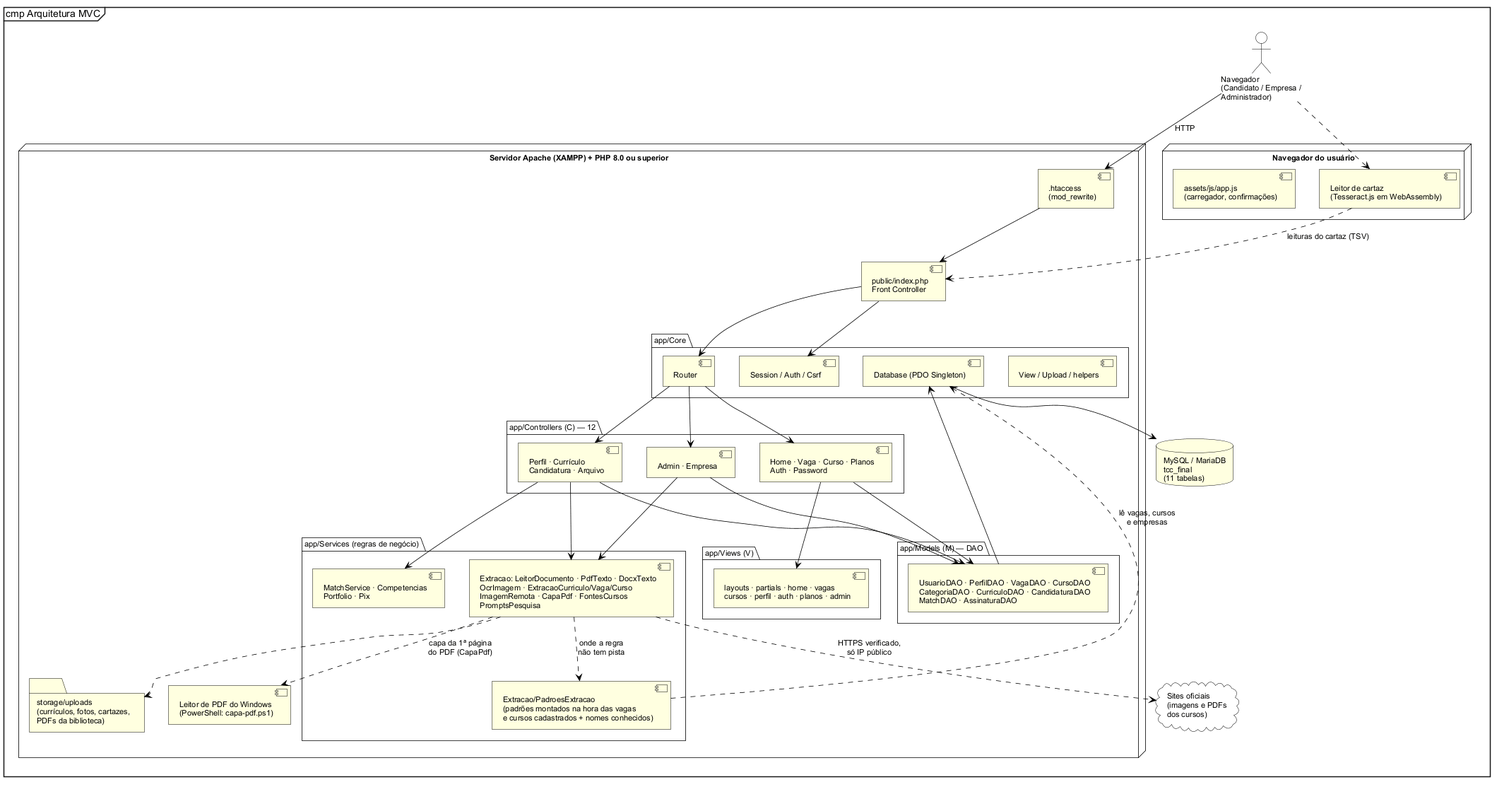
Above: docs/tcc/diagramas/arquitetura.png in leonardoabreu2026/tcc-final (PlantUML), before the change. Its source is kept beside it as docs/tcc/diagramas/arquitetura.puml.
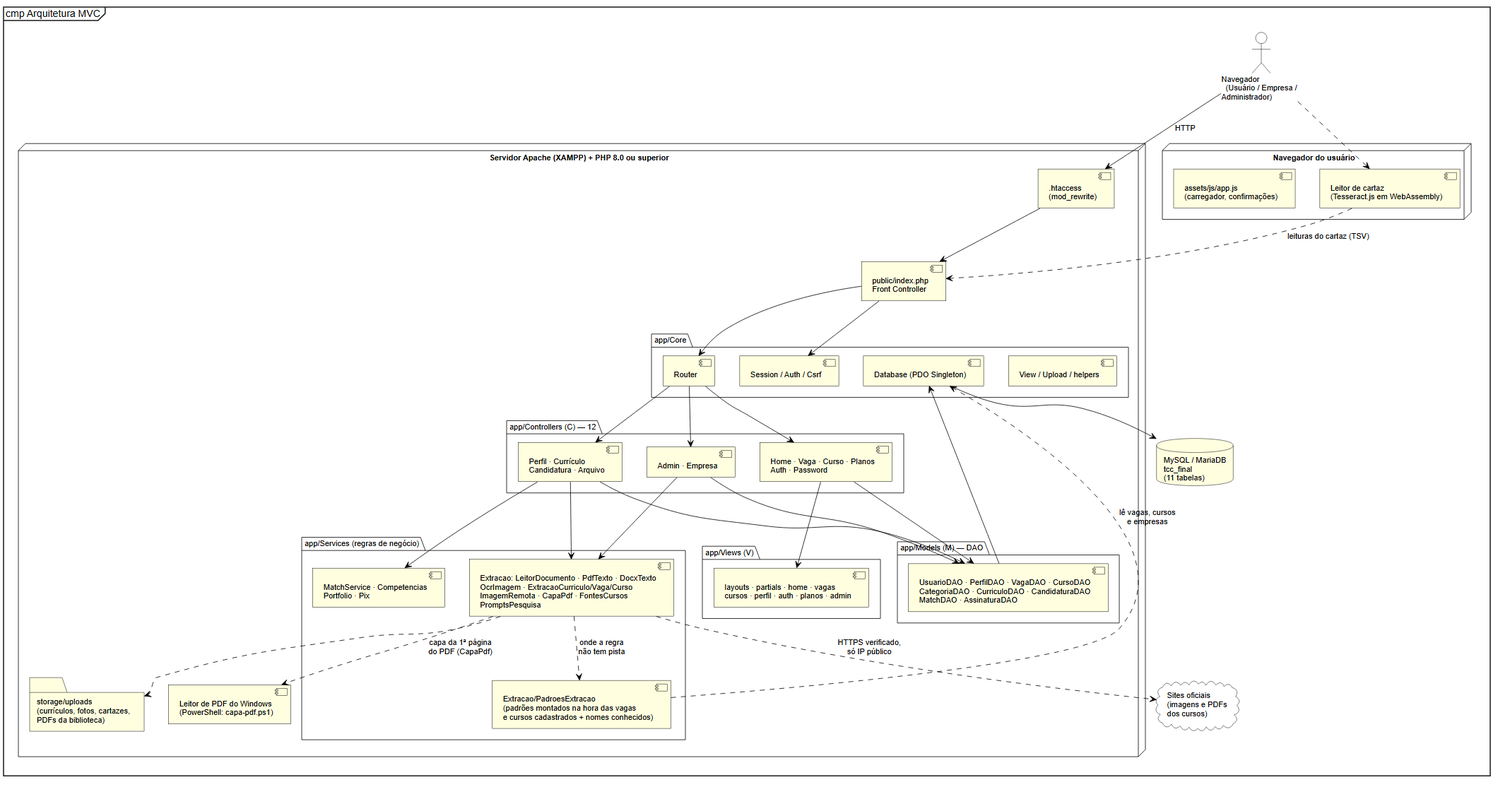
Above is the later version.

The edit, as a diff of the source:
```diff
@@ -2,7 +2,7 @@
 !include estilo.iuml
 mainframe cmp Arquitetura MVC
 skinparam componentStyle uml2
-actor "Navegador\n(Candidato / Empresa /\nAdministrador)" as NAV
+actor "Navegador\n(Usuário / Empresa /\nAdministrador)" as NAV
 node "Navegador do usuário" {
   [assets/js/app.js\n(carregador, confirmações)] as JS
   [Leitor de cartaz\n(Tesseract.js em WebAssembly)] as OCR
```
